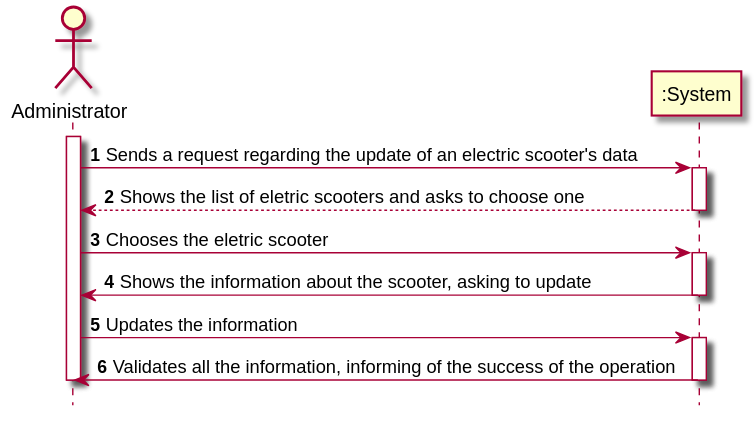
Before: docs/Iteration 1/Scooter Management/US32_UpdateScooter/US32_SSD.svg, a diagram exported from PlantUML (tiagoavcosta25/LAPR3).
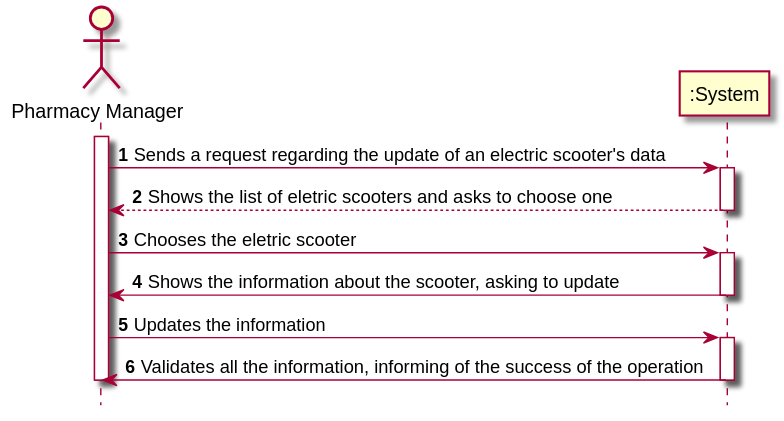
After the change.

Commit message:
LAPR2AP2-158 #fixing Update Scooter [Analysis]

What changed in the source:
```diff
@@ -2,26 +2,26 @@
 autonumber
 hide footbox
 
-actor "Administrator" as ADMIN
+actor "Pharmacy Manager" as PHARMAN
 
 participant ":System" as SYST
 
-activate ADMIN
+activate PHARMAN
 
-ADMIN -> SYST : Sends a request regarding the update of an electric scooter's data
+PHARMAN -> SYST : Sends a request regarding the update of an electric scooter's data
 activate SYST
-SYST --> ADMIN : Shows the list of eletric scooters and asks to choose one
+SYST --> PHARMAN : Shows the list of eletric scooters and asks to choose one
 deactivate SYST
-ADMIN -> SYST : Chooses the eletric scooter
+PHARMAN -> SYST : Chooses the eletric scooter
 activate SYST
-SYST -> ADMIN : Shows the information about the scooter, asking to update
+SYST -> PHARMAN : Shows the information about the scooter, asking to update
 deactivate SYST
 
-ADMIN -> SYST : Updates the information
+PHARMAN -> SYST : Updates the information
 activate SYST
-SYST -> ADMIN : Validates all the information, informing of the success of the operation
+SYST -> PHARMAN : Validates all the information, informing of the success of the operation
 deactivate SYST
 
-deactivate ADMIN
+deactivate PHARMAN
 
 @enduml
```
